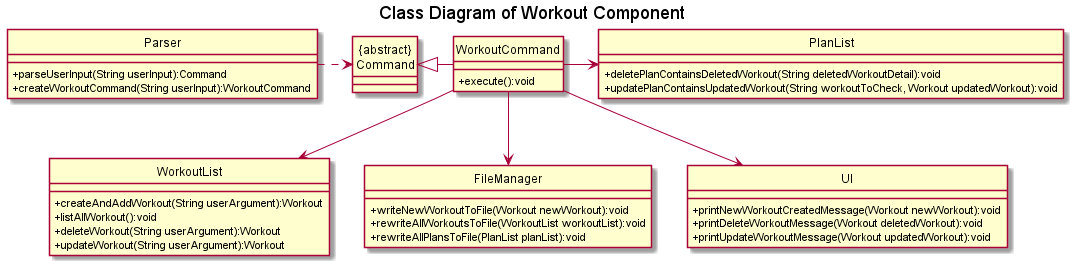
Above: docs/uml/classDiagrams/images/workoutRelatedFeatures.png in nus-cs2113-AY2122S2/tp (PlantUML), before the change. The source it was exported from:
```plantuml
@startuml
hide circle

skinparam classAttributeIconSize 0
title Class Diagram of Workout Component

Parser .r.> "{abstract}\nCommand"
"{abstract}\nCommand" <|- WorkoutCommand
WorkoutCommand --> WorkoutList
WorkoutCommand --> FileManager
WorkoutCommand --> UI
WorkoutCommand -r-> PlanList

class PlanList {
+ deletePlanContainsDeletedWorkout(String deletedWorkoutDetail):void
+ updatePlanContainsUpdatedWorkout(String workoutToCheck, Workout updatedWorkout):void
}

class FileManager {
+ writeNewWorkoutToFile(Workout newWorkout):void
+ rewriteAllWorkoutsToFile(WorkoutList workoutList):void
+ rewriteAllPlansToFile(PlanList planList):void
}

class "{abstract}\nCommand" {
}

class WorkoutCommand {
+ execute():void
}

class WorkoutList {
+ createAndAddWorkout(String userArgument):Workout
+ listAllWorkout():void
+ deleteWorkout(String userArgument):Workout
+ updateWorkout(String userArgument):Workout
}

class UI {
+ printNewWorkoutCreatedMessage(Workout newWorkout):void
+ printDeleteWorkoutMessage(Workout deletedWorkout):void
+ printUpdateWorkoutMessage(Workout updatedWorkout):void
}

class Parser {
+ parseUserInput(String userInput):Command
+ createWorkoutCommand(String userInput):WorkoutCommand
}


@enduml
```
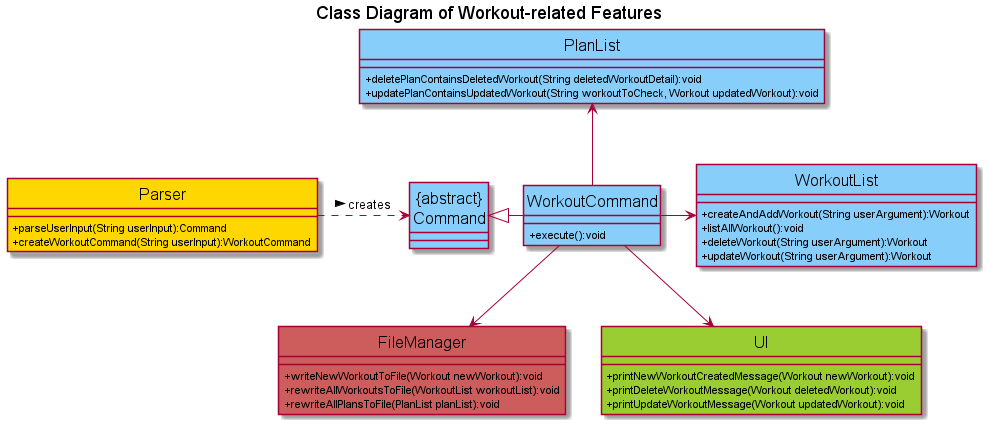
Above is the later version.

Commit message:
Add colours to workout-related features design

Change to the diagram source:
```diff
@@ -2,47 +2,48 @@
 hide circle
 
 skinparam classAttributeIconSize 0
-title Class Diagram of Workout Component
+skinparam classFontSize 16
+title Class Diagram of Workout-related Features
 
-Parser .r.> "{abstract}\nCommand"
+Parser .r.> "{abstract}\nCommand":creates >
 "{abstract}\nCommand" <|- WorkoutCommand
-WorkoutCommand --> WorkoutList
+WorkoutCommand -r-> WorkoutList
 WorkoutCommand --> FileManager
 WorkoutCommand --> UI
-WorkoutCommand -r-> PlanList
+WorkoutCommand -u-> PlanList
 
-class PlanList {
+class PlanList #LightSkyBlue {
 + deletePlanContainsDeletedWorkout(String deletedWorkoutDetail):void
 + updatePlanContainsUpdatedWorkout(String workoutToCheck, Workout updatedWorkout):void
 }
 
-class FileManager {
+class FileManager #IndianRed {
 + writeNewWorkoutToFile(Workout newWorkout):void
 + rewriteAllWorkoutsToFile(WorkoutList workoutList):void
 + rewriteAllPlansToFile(PlanList planList):void
 }
 
-class "{abstract}\nCommand" {
+class "{abstract}\nCommand" #LightSkyBlue {
 }
 
-class WorkoutCommand {
+class WorkoutCommand #LightSkyBlue {
 + execute():void
 }
 
-class WorkoutList {
+class WorkoutList #LightSkyBlue {
 + createAndAddWorkout(String userArgument):Workout
 + listAllWorkout():void
 + deleteWorkout(String userArgument):Workout
 + updateWorkout(String userArgument):Workout
 }
 
-class UI {
+class UI #YellowGreen{
 + printNewWorkoutCreatedMessage(Workout newWorkout):void
 + printDeleteWorkoutMessage(Workout deletedWorkout):void
 + printUpdateWorkoutMessage(Workout updatedWorkout):void
 }
 
-class Parser {
+class Parser #Gold {
 + parseUserInput(String userInput):Command
 + createWorkoutCommand(String userInput):WorkoutCommand
 }
```
